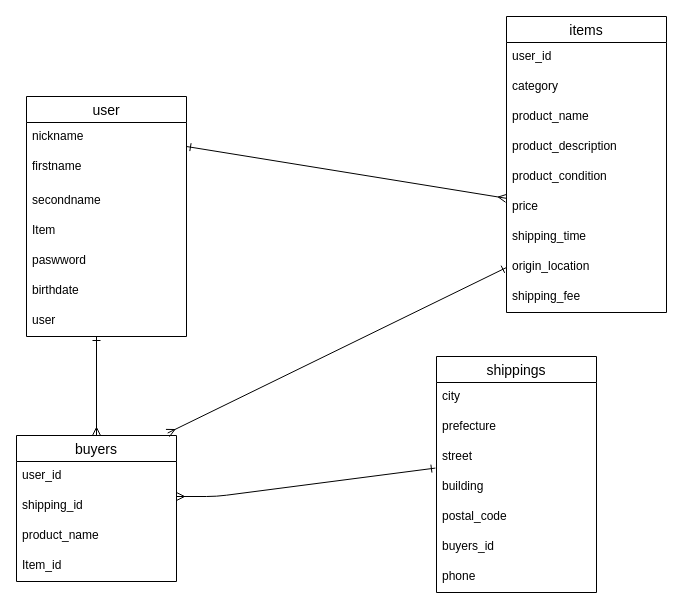
Before: app/views/furima.dio in okmon12/furima-39733, a draw.io diagram. Source tidied: cells renumbered, new cells numbered last; positions are measured from the earlier drawing's top-left corner, leaving out a move shared by most shapes. Both pictures are drawn from the tidied source at 100%, with x=0, y=0 at pixel (16, 16).
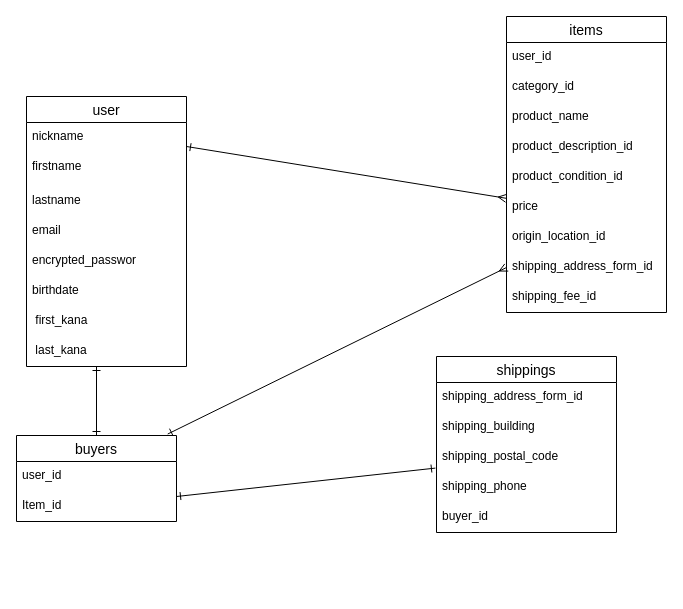
The same page after the edit.

The change refers to these unchanged cells:
```xml
<mxCell id="18" value="items" style="swimlane;fontStyle=0;horizontal=1;startSize=26;align=center;fontSize=14;" parent="1" vertex="1">
  <mxGeometry x="490" width="160" height="296" as="geometry" />
</mxCell>
```

The edit, as a diff of the source:
```diff
@@
     <mxCell id="2" value="shippings" style="swimlane;fontStyle=0;horizontal=1;startSize=26;align=center;fontSize=14;" parent="1" vertex="1">
-      <mxGeometry x="420" y="340" width="160" height="236" as="geometry" />
+      <mxGeometry x="420" y="340" width="180" height="176" as="geometry" />
     </mxCell>
-    <mxCell id="3" value="city" style="text;strokeColor=none;fillColor=none;spacingLeft=4;spacingRight=4;overflow=hidden;fontSize=12;" parent="2" vertex="1">
-      <mxGeometry y="26" width="160" height="30" as="geometry" />
+    <mxCell id="3" value="shipping_address_form_id" style="text;strokeColor=none;fillColor=none;spacingLeft=4;spacingRight=4;overflow=hidden;fontSize=12;" parent="2" vertex="1">
+      <mxGeometry y="26" width="180" height="30" as="geometry" />
     </mxCell>
-    <mxCell id="4" value="prefecture" style="text;strokeColor=none;fillColor=none;spacingLeft=4;spacingRight=4;overflow=hidden;fontSize=12;" parent="2" vertex="1">
-      <mxGeometry y="56" width="160" height="30" as="geometry" />
-    </mxCell>
-    <mxCell id="5" value="street" style="text;strokeColor=none;fillColor=none;spacingLeft=4;spacingRight=4;overflow=hidden;points=[[0,0.5],[1,0.5]];portConstraint=eastwest;fontSize=12;" parent="2" vertex="1">
-      <mxGeometry y="86" width="160" height="30" as="geometry" />
-    </mxCell>
-    <mxCell id="6" value="building" style="text;strokeColor=none;fillColor=none;spacingLeft=4;spacingRight=4;overflow=hidden;fontSize=12;" parent="2" vertex="1">
-      <mxGeometry y="116" width="160" height="30" as="geometry" />
+    <mxCell id="6" value="shipping_building" style="text;strokeColor=none;fillColor=none;spacingLeft=4;spacingRight=4;overflow=hidden;fontSize=12;" parent="2" vertex="1">
+      <mxGeometry y="56" width="180" height="30" as="geometry" />
     </mxCell>
-    <mxCell id="7" value="postal_code" style="text;strokeColor=none;fillColor=none;spacingLeft=4;spacingRight=4;overflow=hidden;fontSize=12;" parent="2" vertex="1">
-      <mxGeometry y="146" width="160" height="30" as="geometry" />
+    <mxCell id="7" value="shipping_postal_code" style="text;strokeColor=none;fillColor=none;spacingLeft=4;spacingRight=4;overflow=hidden;fontSize=12;" parent="2" vertex="1">
+      <mxGeometry y="86" width="180" height="30" as="geometry" />
     </mxCell>
+    <mxCell id="9" value="shipping_phone" style="text;strokeColor=none;fillColor=none;spacingLeft=4;spacingRight=4;overflow=hidden;fontSize=12;" parent="2" vertex="1">
+      <mxGeometry y="116" width="180" height="30" as="geometry" />
+    </mxCell>
-    <mxCell id="8" value="buyers_id" style="text;strokeColor=none;fillColor=none;spacingLeft=4;spacingRight=4;overflow=hidden;fontSize=12;" parent="2" vertex="1">
-      <mxGeometry y="176" width="160" height="30" as="geometry" />
+    <mxCell id="8" value="buyer_id" style="text;strokeColor=none;fillColor=none;spacingLeft=4;spacingRight=4;overflow=hidden;fontSize=12;" parent="2" vertex="1">
+      <mxGeometry y="146" width="180" height="30" as="geometry" />
     </mxCell>
-    <mxCell id="9" value="phone" style="text;strokeColor=none;fillColor=none;spacingLeft=4;spacingRight=4;overflow=hidden;fontSize=12;" parent="2" vertex="1">
-      <mxGeometry y="206" width="160" height="30" as="geometry" />
-    </mxCell>
     <mxCell id="10" value="user" style="swimlane;fontStyle=0;horizontal=1;startSize=26;align=center;fontSize=14;" parent="1" vertex="1">
-      <mxGeometry x="10" y="80" width="160" height="240" as="geometry" />
+      <mxGeometry x="10" y="80" width="160" height="270" as="geometry" />
     </mxCell>
@@
-    <mxCell id="13" value="secondname" style="text;strokeColor=none;fillColor=none;spacingLeft=4;spacingRight=4;overflow=hidden;fontSize=12;" parent="10" vertex="1">
+    <mxCell id="13" value="lastname" style="text;strokeColor=none;fillColor=none;spacingLeft=4;spacingRight=4;overflow=hidden;fontSize=12;" parent="10" vertex="1">
       <mxGeometry y="90" width="160" height="30" as="geometry" />
     </mxCell>
-    <mxCell id="14" value="Item" style="text;strokeColor=none;fillColor=none;spacingLeft=4;spacingRight=4;overflow=hidden;fontSize=12;" parent="10" vertex="1">
+    <mxCell id="14" value="email" style="text;strokeColor=none;fillColor=none;spacingLeft=4;spacingRight=4;overflow=hidden;fontSize=12;" parent="10" vertex="1">
       <mxGeometry y="120" width="160" height="30" as="geometry" />
     </mxCell>
-    <mxCell id="15" value="paswword" style="text;strokeColor=none;fillColor=none;spacingLeft=4;spacingRight=4;overflow=hidden;fontSize=12;" parent="10" vertex="1">
+    <mxCell id="15" value="encrypted_passwor" style="text;strokeColor=none;fillColor=none;spacingLeft=4;spacingRight=4;overflow=hidden;fontSize=12;" parent="10" vertex="1">
       <mxGeometry y="150" width="160" height="30" as="geometry" />
     </mxCell>
@@
-    <mxCell id="17" value="user" style="text;strokeColor=none;fillColor=none;spacingLeft=4;spacingRight=4;overflow=hidden;fontSize=12;" parent="10" vertex="1">
+    <mxCell id="17" value=" first_kana" style="text;strokeColor=none;fillColor=none;spacingLeft=4;spacingRight=4;overflow=hidden;fontSize=12;" parent="10" vertex="1">
       <mxGeometry y="210" width="160" height="30" as="geometry" />
     </mxCell>
+    <mxCell id="37" value=" last_kana" style="text;strokeColor=none;fillColor=none;spacingLeft=4;spacingRight=4;overflow=hidden;fontSize=12;" parent="10" vertex="1">
+      <mxGeometry y="240" width="160" height="30" as="geometry" />
+    </mxCell>
@@
-    <mxCell id="20" value="category" style="text;strokeColor=none;fillColor=none;spacingLeft=4;spacingRight=4;overflow=hidden;fontSize=12;" parent="18" vertex="1">
+    <mxCell id="20" value="category_id" style="text;strokeColor=none;fillColor=none;spacingLeft=4;spacingRight=4;overflow=hidden;fontSize=12;" parent="18" vertex="1">
       <mxGeometry y="56" width="160" height="30" as="geometry" />
     </mxCell>
@@
-    <mxCell id="22" value="product_description" style="text;strokeColor=none;fillColor=none;spacingLeft=4;spacingRight=4;overflow=hidden;fontSize=12;" parent="18" vertex="1">
+    <mxCell id="22" value="product_description_id" style="text;strokeColor=none;fillColor=none;spacingLeft=4;spacingRight=4;overflow=hidden;fontSize=12;" parent="18" vertex="1">
       <mxGeometry y="116" width="160" height="30" as="geometry" />
     </mxCell>
-    <mxCell id="23" value="product_condition" style="text;strokeColor=none;fillColor=none;spacingLeft=4;spacingRight=4;overflow=hidden;points=[[0,0.5],[1,0.5]];portConstraint=eastwest;fontSize=12;" parent="18" vertex="1">
+    <mxCell id="23" value="product_condition_id" style="text;strokeColor=none;fillColor=none;spacingLeft=4;spacingRight=4;overflow=hidden;points=[[0,0.5],[1,0.5]];portConstraint=eastwest;fontSize=12;" parent="18" vertex="1">
       <mxGeometry y="146" width="160" height="30" as="geometry" />
     </mxCell>
@@
-    <mxCell id="25" value="shipping_time" style="text;strokeColor=none;fillColor=none;spacingLeft=4;spacingRight=4;overflow=hidden;fontSize=12;" parent="18" vertex="1">
+    <mxCell id="25" value="origin_location_id" style="text;strokeColor=none;fillColor=none;spacingLeft=4;spacingRight=4;overflow=hidden;fontSize=12;" parent="18" vertex="1">
       <mxGeometry y="206" width="160" height="30" as="geometry" />
     </mxCell>
-    <mxCell id="26" value="origin_location" style="text;strokeColor=none;fillColor=none;spacingLeft=4;spacingRight=4;overflow=hidden;points=[[0,0.5],[1,0.5]];portConstraint=eastwest;fontSize=12;" parent="18" vertex="1">
+    <mxCell id="26" value="shipping_address_form_id" style="text;strokeColor=none;fillColor=none;spacingLeft=4;spacingRight=4;overflow=hidden;points=[[0,0.5],[1,0.5]];portConstraint=eastwest;fontSize=12;" parent="18" vertex="1">
       <mxGeometry y="236" width="160" height="30" as="geometry" />
     </mxCell>
-    <mxCell id="27" value="shipping_fee" style="text;strokeColor=none;fillColor=none;spacingLeft=4;spacingRight=4;overflow=hidden;fontSize=12;" parent="18" vertex="1">
+    <mxCell id="27" value="shipping_fee_id" style="text;strokeColor=none;fillColor=none;spacingLeft=4;spacingRight=4;overflow=hidden;fontSize=12;" parent="18" vertex="1">
       <mxGeometry y="266" width="160" height="30" as="geometry" />
     </mxCell>
-    <mxCell id="28" style="edgeStyle=none;html=1;exitX=0.5;exitY=0;exitDx=0;exitDy=0;startArrow=ERmany;startFill=0;endArrow=ERone;endFill=0;" parent="1" edge="1" source="29">
+    <mxCell id="28" style="edgeStyle=none;html=1;exitX=0.5;exitY=0;exitDx=0;exitDy=0;startArrow=ERone;startFill=0;endArrow=ERone;endFill=0;" parent="1" edge="1" source="29">
       <mxGeometry relative="1" as="geometry">
-        <mxPoint x="80" y="320" as="targetPoint" />
+        <mxPoint x="80" y="350" as="targetPoint" />
       </mxGeometry>
     </mxCell>
     <mxCell id="29" value="buyers" style="swimlane;fontStyle=0;horizontal=1;startSize=26;align=center;fontSize=14;" parent="1" vertex="1">
-      <mxGeometry y="419" width="160" height="146" as="geometry" />
+      <mxGeometry y="419" width="160" height="86" as="geometry" />
     </mxCell>
@@
-    <mxCell id="31" value="shipping_id" style="text;strokeColor=none;fillColor=none;spacingLeft=4;spacingRight=4;overflow=hidden;points=[[0,0.5],[1,0.5]];portConstraint=eastwest;fontSize=12;" parent="29" vertex="1">
-      <mxGeometry y="56" width="160" height="30" as="geometry" />
-    </mxCell>
-    <mxCell id="32" value="product_name" style="text;strokeColor=none;fillColor=none;spacingLeft=4;spacingRight=4;overflow=hidden;fontSize=12;" parent="29" vertex="1">
-      <mxGeometry y="86" width="160" height="30" as="geometry" />
-    </mxCell>
     <mxCell id="33" value="Item_id" style="text;strokeColor=none;fillColor=none;spacingLeft=4;spacingRight=4;overflow=hidden;fontSize=12;" parent="29" vertex="1">
-      <mxGeometry y="116" width="160" height="30" as="geometry" />
+      <mxGeometry y="56" width="160" height="30" as="geometry" />
     </mxCell>
@@
-    <mxCell id="35" style="edgeStyle=none;html=1;exitX=-0.007;exitY=0.853;exitDx=0;exitDy=0;entryX=1;entryY=0.167;entryDx=0;entryDy=0;startArrow=ERone;startFill=0;endArrow=ERmany;endFill=0;entryPerimeter=0;exitPerimeter=0;" parent="1" edge="1" source="5" target="31">
+    <mxCell id="35" style="edgeStyle=none;html=1;exitX=-0.007;exitY=0.853;exitDx=0;exitDy=0;entryX=1;entryY=0.167;entryDx=0;entryDy=0;startArrow=ERone;startFill=0;endArrow=ERone;endFill=0;entryPerimeter=0;exitPerimeter=0;" parent="1" edge="1">
       <mxGeometry relative="1" as="geometry">
-        <Array as="points">
-          <mxPoint x="200" y="480" />
-        </Array>
+        <mxPoint x="418.9" y="451.6" as="sourcePoint" />
+        <mxPoint x="160" y="480" as="targetPoint" />
       </mxGeometry>
     </mxCell>
-    <mxCell id="36" style="edgeStyle=none;html=1;exitX=0;exitY=0.5;exitDx=0;exitDy=0;entryX=0.945;entryY=-0.017;entryDx=0;entryDy=0;entryPerimeter=0;startArrow=ERone;startFill=0;endArrow=ERmany;endFill=0;" parent="1" edge="1" source="26" target="29">
+    <mxCell id="36" style="edgeStyle=none;html=1;exitX=0;exitY=0.5;exitDx=0;exitDy=0;entryX=0.945;entryY=-0.017;entryDx=0;entryDy=0;entryPerimeter=0;startArrow=ERmany;startFill=0;endArrow=ERone;endFill=0;" parent="1" edge="1" source="26" target="29">
       <mxGeometry relative="1" as="geometry" />
     </mxCell>
```
